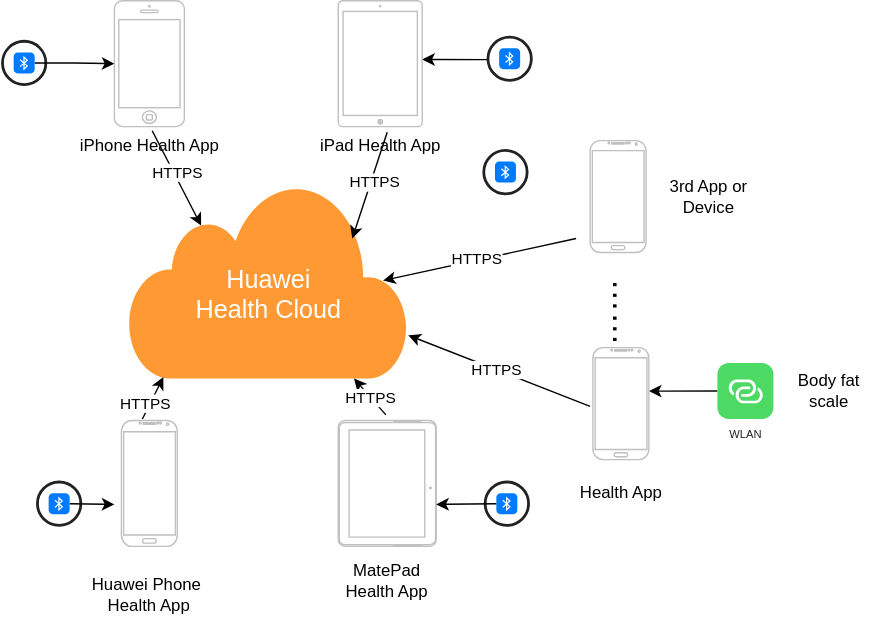
Before: 运动健康云0层架构.drawio.svg, a diagram exported from draw.io (HuaHero/JavaGuide). Source tidied: cells renumbered, new cells last; positions are measured from the earlier drawing's top-left corner, leaving out a move shared by most shapes.
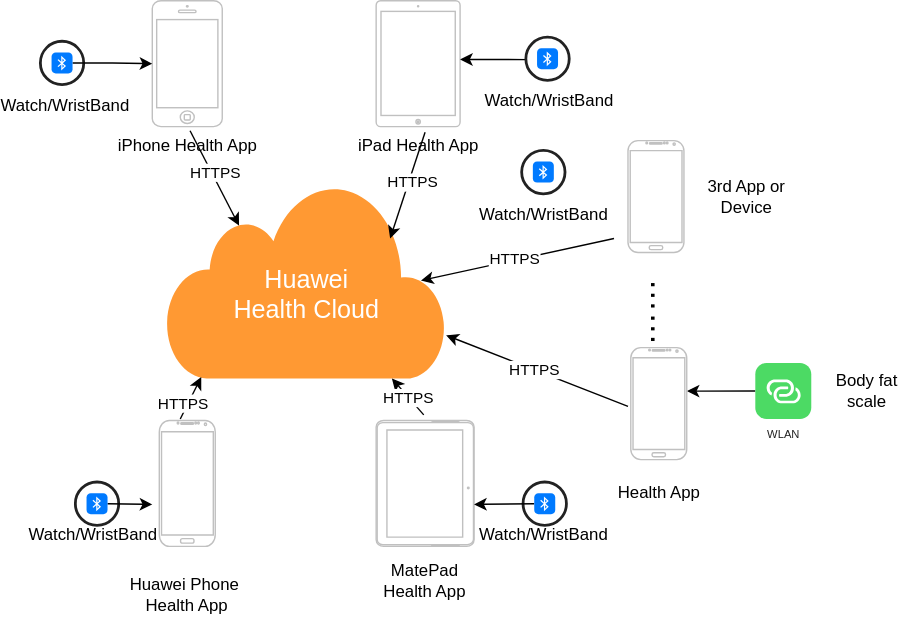
Above is the later version.

Commit message:
更新运动健康云0层架构.drawio.svg

Change to the diagram source:
```diff
@@ -145,5 +145,20 @@
     <mxCell id="42" value="Health App" style="text;html=1;strokeColor=none;fillColor=none;align=center;verticalAlign=middle;whiteSpace=wrap;rounded=0;" parent="1" vertex="1">
       <mxGeometry x="410" y="337" width="65" height="30" as="geometry" />
     </mxCell>
+    <mxCell id="43" value="Watch/WristBand" style="text;html=1;strokeColor=none;fillColor=none;align=center;verticalAlign=middle;whiteSpace=wrap;rounded=0;" parent="1" vertex="1">
+      <mxGeometry x="-12" y="60" width="60" height="30" as="geometry" />
+    </mxCell>
+    <mxCell id="44" value="Watch/WristBand" style="text;html=1;strokeColor=none;fillColor=none;align=center;verticalAlign=middle;whiteSpace=wrap;rounded=0;" parent="1" vertex="1">
+      <mxGeometry x="334" y="57" width="60" height="30" as="geometry" />
+    </mxCell>
+    <mxCell id="45" value="Watch/WristBand" style="text;html=1;strokeColor=none;fillColor=none;align=center;verticalAlign=middle;whiteSpace=wrap;rounded=0;" parent="1" vertex="1">
+      <mxGeometry x="329.5" y="138" width="60" height="30" as="geometry" />
+    </mxCell>
+    <mxCell id="46" value="Watch/WristBand" style="text;html=1;strokeColor=none;fillColor=none;align=center;verticalAlign=middle;whiteSpace=wrap;rounded=0;" parent="1" vertex="1">
+      <mxGeometry x="329.5" y="367" width="60" height="30" as="geometry" />
+    </mxCell>
+    <mxCell id="47" value="Watch/WristBand" style="text;html=1;strokeColor=none;fillColor=none;align=center;verticalAlign=middle;whiteSpace=wrap;rounded=0;" parent="1" vertex="1">
+      <mxGeometry x="8" y="367" width="60" height="30" as="geometry" />
+    </mxCell>
   </root>
 </mxGraphModel>
```
